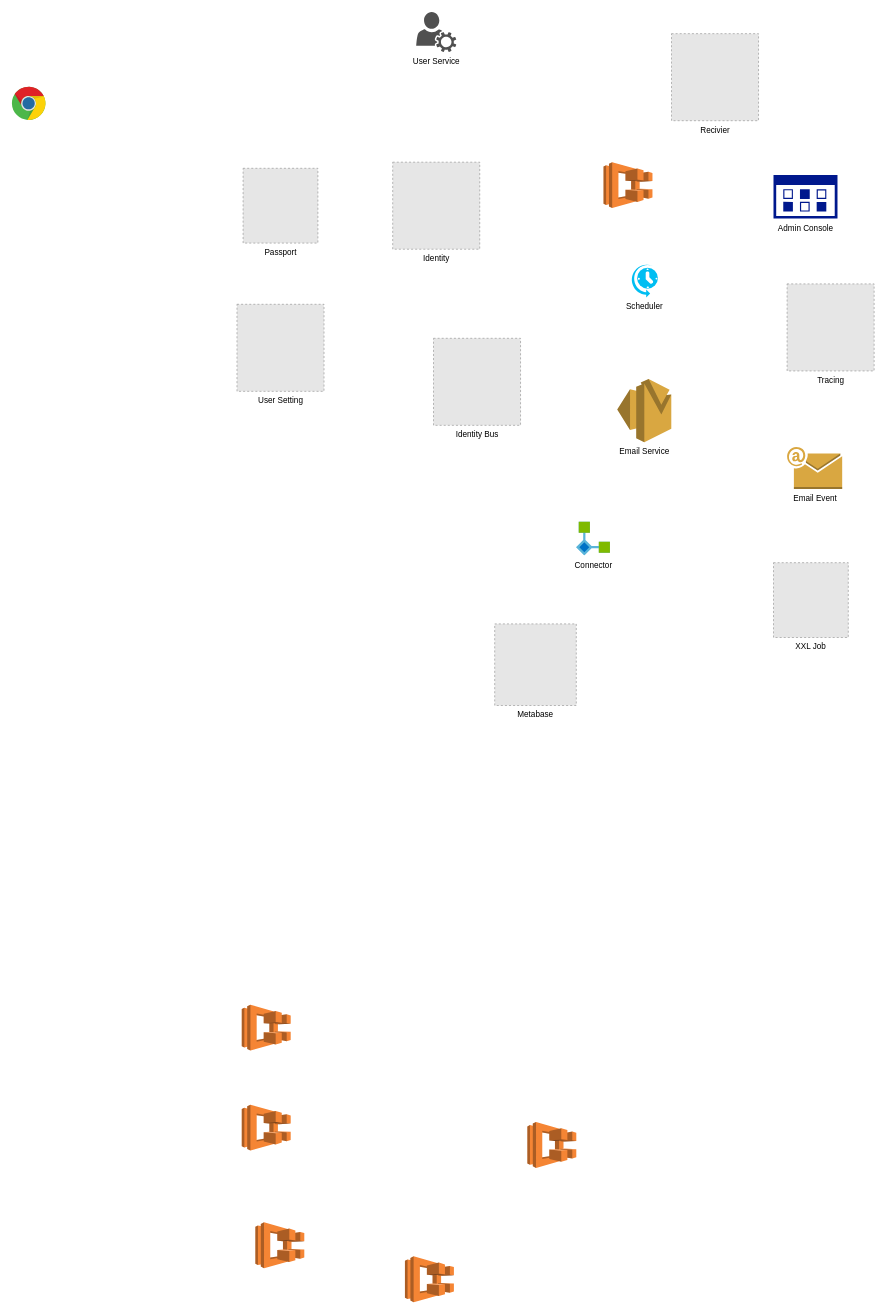
The draw.io diagram BOP Architecture.drawio in sunday-out/draw_io, before the edit. Source tidied: cells renumbered, new cells numbered last; positions are measured from the earlier drawing's top-left corner, leaving out a move shared by most shapes. Both pictures are drawn from the tidied source at 68%, with x=0, y=0 at pixel (12, 12). Pictures stored in the file or linked from it are replaced by grey dashed boxes.
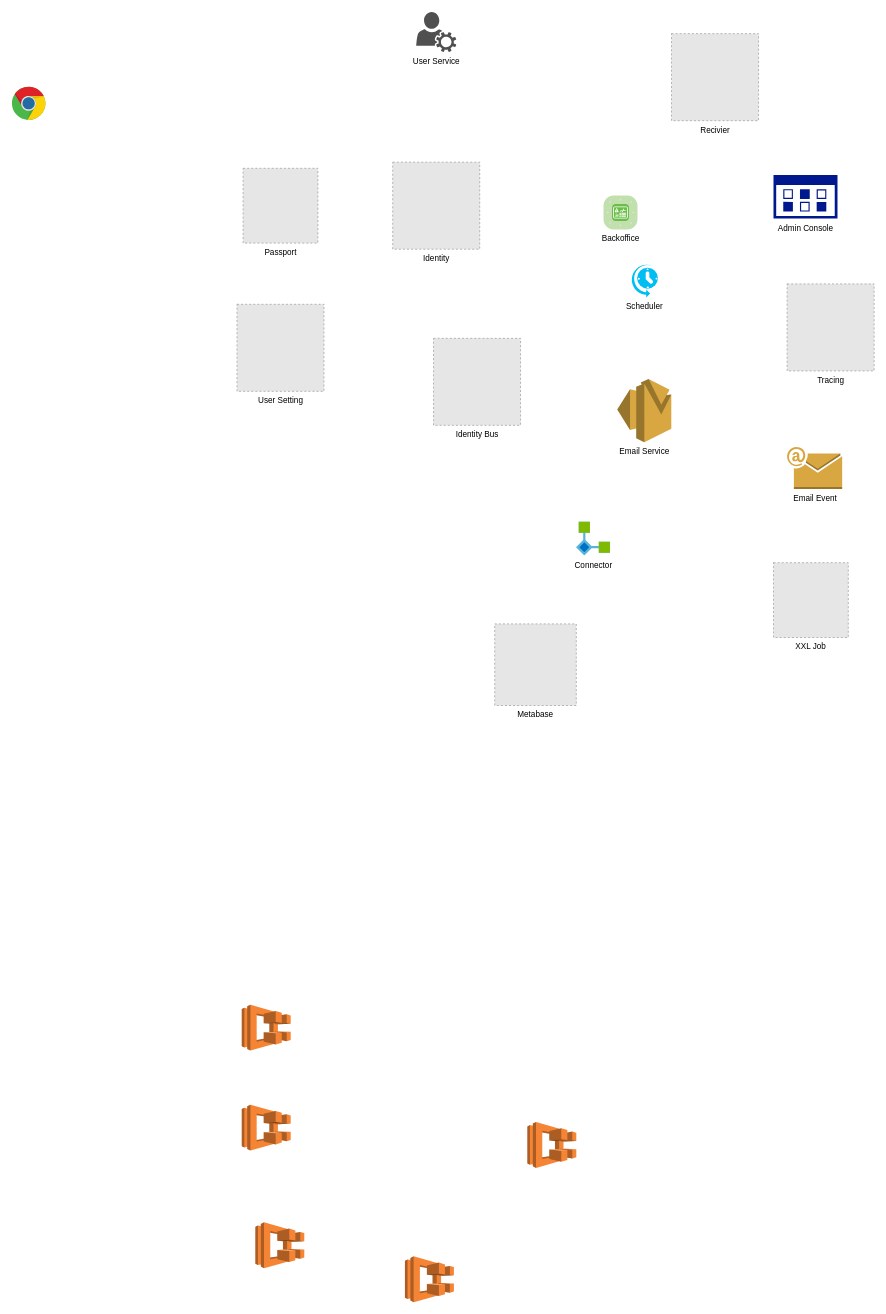
The same page after the edit.

Diff of the diagram source:
```diff
@@
-    <mxCell id="8" style="dashed=0;verticalLabelPosition=bottom;verticalAlign=top;align=center;html=1;shape=mxgraph.aws3.ecs;fillColor=#F58534;gradientColor=none;" parent="1" vertex="1">
-      <mxGeometry x="870" y="221" width="72" height="67.5" as="geometry" />
-    </mxCell>
@@
+    <mxCell id="23" value="Backoffice" style="verticalLabelPosition=bottom;html=1;fillColor=#6ABD46;strokeColor=#ffffff;verticalAlign=top;align=center;shape=mxgraph.cisco_safe.compositeIcon;bgIcon=mxgraph.cisco_safe.architecture.generic_appliance;resIcon=mxgraph.cisco_safe.architecture.mgmt_console;" parent="1" vertex="1">
+      <mxGeometry x="870" y="270" width="50" height="50" as="geometry" />
+    </mxCell>
```
